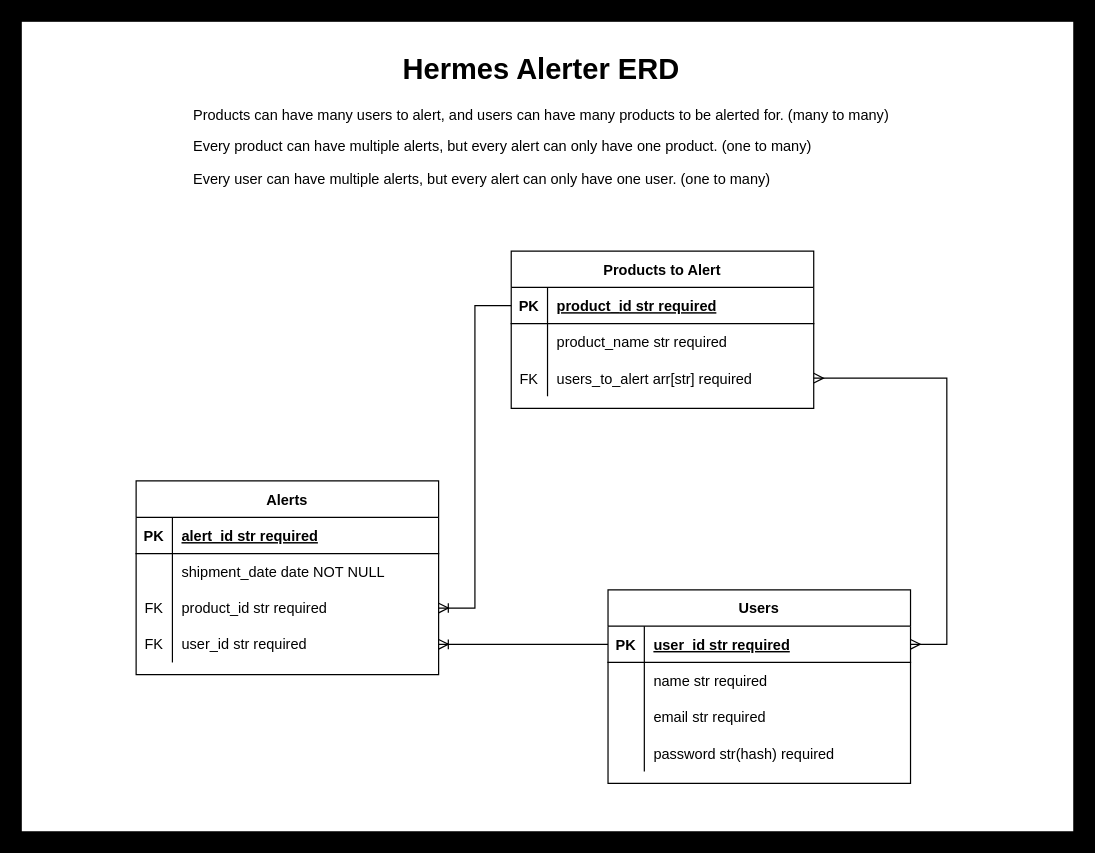
Earlier version of the draw.io diagram hermes_alerter_erd.drawio (kevinleet/Orange-Box-Alerts). Source tidied: cells renumbered, new cells numbered last; positions are measured from the earlier drawing's top-left corner, leaving out a move shared by most shapes. Both pictures are drawn from the tidied source at 121%, with x=0, y=0 at pixel (21, 21).
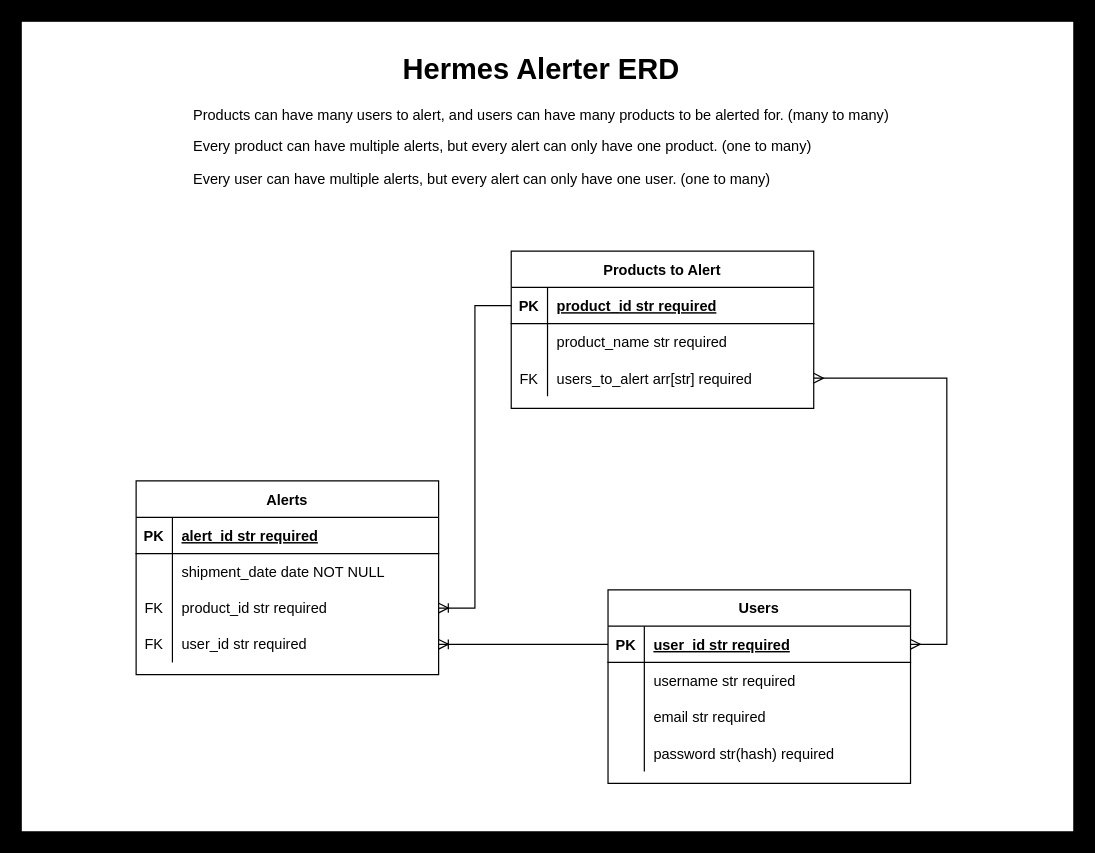
The same diagram, later.

The change refers to these unchanged cells:
```xml
<mxCell id="30" style="shape=partialRectangle;fillColor=none;top=0;left=0;right=0;bottom=0;" parent="26" vertex="1">
  <mxGeometry y="60" width="250" height="30" as="geometry" />
</mxCell>
```

The edit, as a diff of the source:
```diff
@@
-    <mxCell id="32" value="name str required" style="shape=partialRectangle;overflow=hidden;fillColor=none;top=0;left=0;bottom=0;right=0;align=left;spacingLeft=6;" parent="30" vertex="1">
+    <mxCell id="32" value="username str required" style="shape=partialRectangle;overflow=hidden;fillColor=none;top=0;left=0;bottom=0;right=0;align=left;spacingLeft=6;" parent="30" vertex="1">
       <mxGeometry x="30" width="220" height="30" as="geometry" />
     </mxCell>
```
